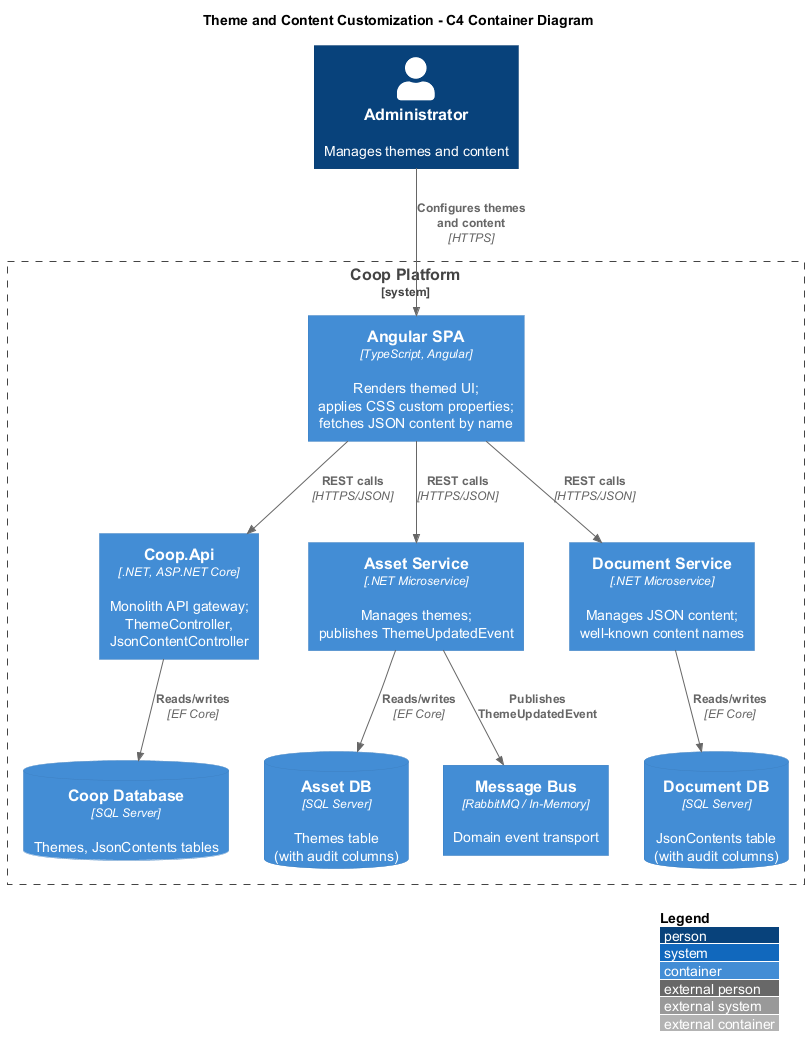
This is docs/detailed-designs/10-theme-and-content-customization/c4-container.png from QuinntyneBrown/Coop, a PlantUML export, as it was before one commit.
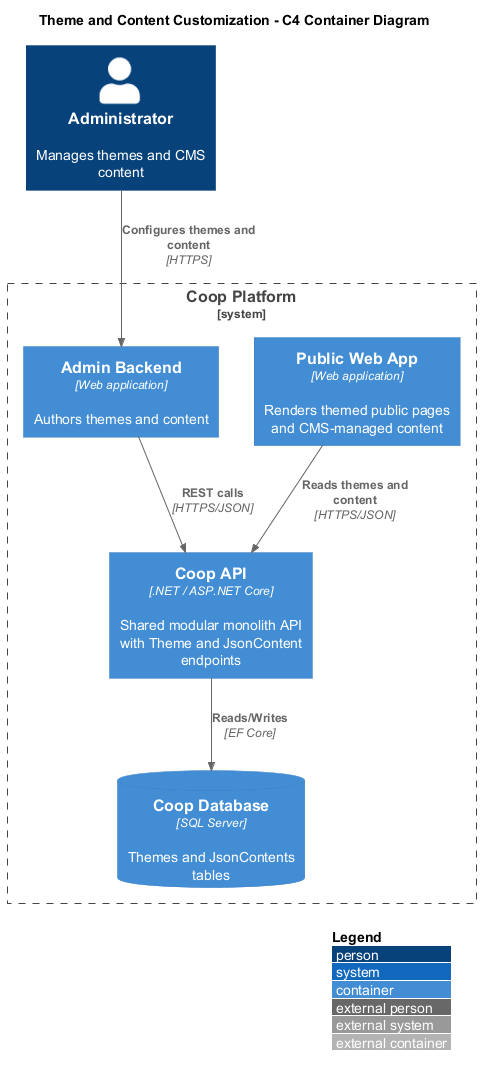
After the commit.

Commit message:
Update onboarding and theme customization diagram images

The edit, as a diff of the source:
```diff
@@ -6,33 +6,18 @@
 
 title Theme and Content Customization - C4 Container Diagram
 
-Person(admin, "Administrator", "Manages themes and content")
+Person(admin, "Administrator", "Manages themes and CMS content")
 
 System_Boundary(coop, "Coop Platform") {
-    Container(spa, "Angular SPA", "TypeScript, Angular", "Renders themed UI;\napplies CSS custom properties;\nfetches JSON content by name")
-
-    Container(api, "Coop.Api", ".NET, ASP.NET Core", "Monolith API gateway;\nThemeController,\nJsonContentController")
-
-    Container(assetSvc, "Asset Service", ".NET Microservice", "Manages themes;\npublishes ThemeUpdatedEvent")
-
-    Container(docSvc, "Document Service", ".NET Microservice", "Manages JSON content;\nwell-known content names")
-
-    ContainerDb(db, "Coop Database", "SQL Server", "Themes, JsonContents tables")
-
-    ContainerDb(assetDb, "Asset DB", "SQL Server", "Themes table\n(with audit columns)")
-
-    ContainerDb(docDb, "Document DB", "SQL Server", "JsonContents table\n(with audit columns)")
-
-    Container(bus, "Message Bus", "RabbitMQ / In-Memory", "Domain event transport")
+    Container(publicApp, "Public Web App", "Web application", "Renders themed public pages and CMS-managed content")
+    Container(adminApp, "Admin Backend", "Web application", "Authors themes and content")
+    Container(api, "Coop API", ".NET / ASP.NET Core", "Shared modular monolith API with Theme and JsonContent endpoints")
+    ContainerDb(db, "Coop Database", "SQL Server", "Themes and JsonContents tables")
 }
 
-Rel(admin, spa, "Configures themes\nand content", "HTTPS")
-Rel(spa, api, "REST calls", "HTTPS/JSON")
-Rel(spa, assetSvc, "REST calls", "HTTPS/JSON")
-Rel(spa, docSvc, "REST calls", "HTTPS/JSON")
-Rel(api, db, "Reads/writes", "EF Core")
-Rel(assetSvc, assetDb, "Reads/writes", "EF Core")
-Rel(docSvc, docDb, "Reads/writes", "EF Core")
-Rel(assetSvc, bus, "Publishes\nThemeUpdatedEvent")
+Rel(admin, adminApp, "Configures themes and content", "HTTPS")
+Rel(adminApp, api, "REST calls", "HTTPS/JSON")
+Rel(publicApp, api, "Reads themes and content", "HTTPS/JSON")
+Rel(api, db, "Reads/Writes", "EF Core")
 
 @enduml
```
